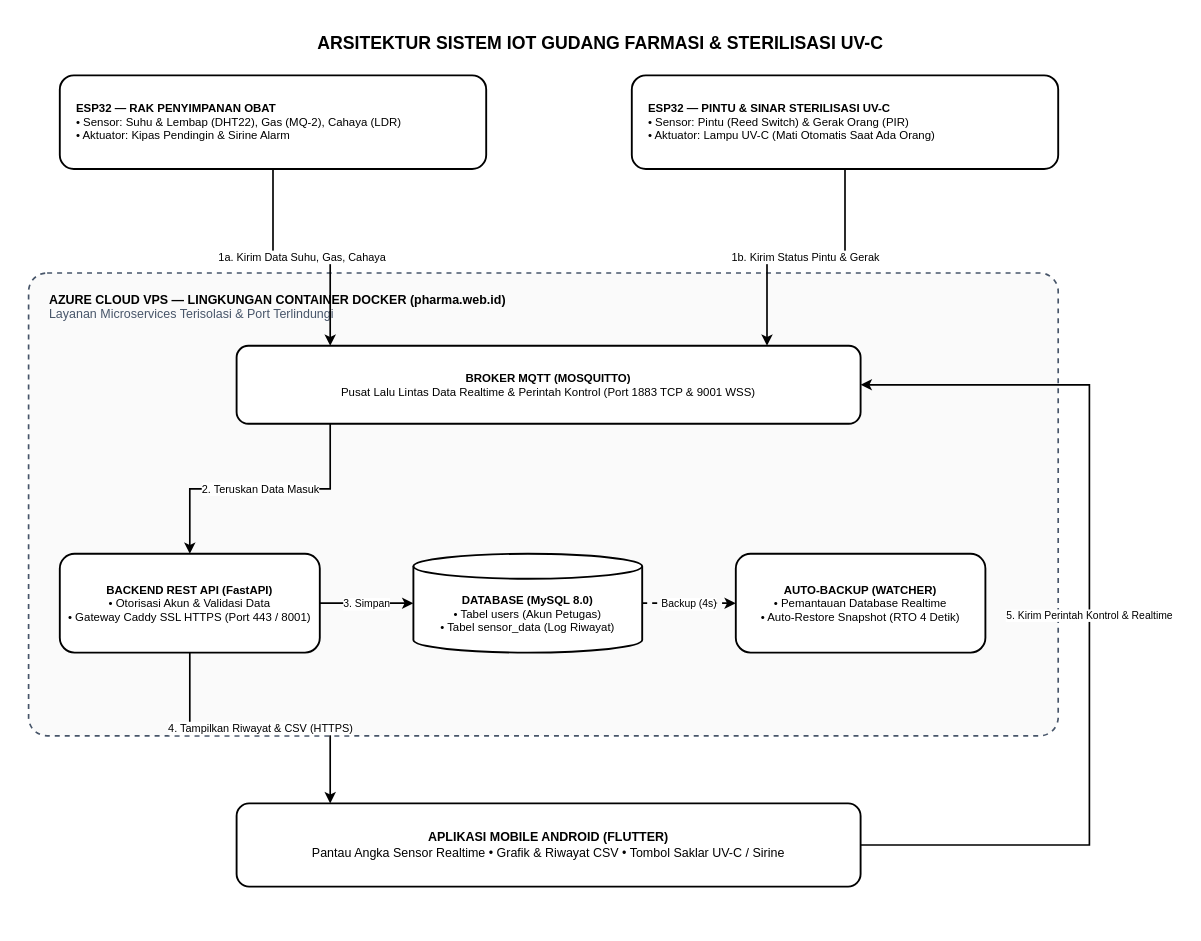
Earlier version of the draw.io diagram docs/System Design & Flowchart/System Design.drawio (Rextt1122/Pharma). Source tidied: cells renumbered, new cells numbered last; positions are measured from the earlier drawing's top-left corner, leaving out a move shared by most shapes. Both pictures are drawn from the tidied source at 104%, with x=0, y=0 at pixel (28, 28).
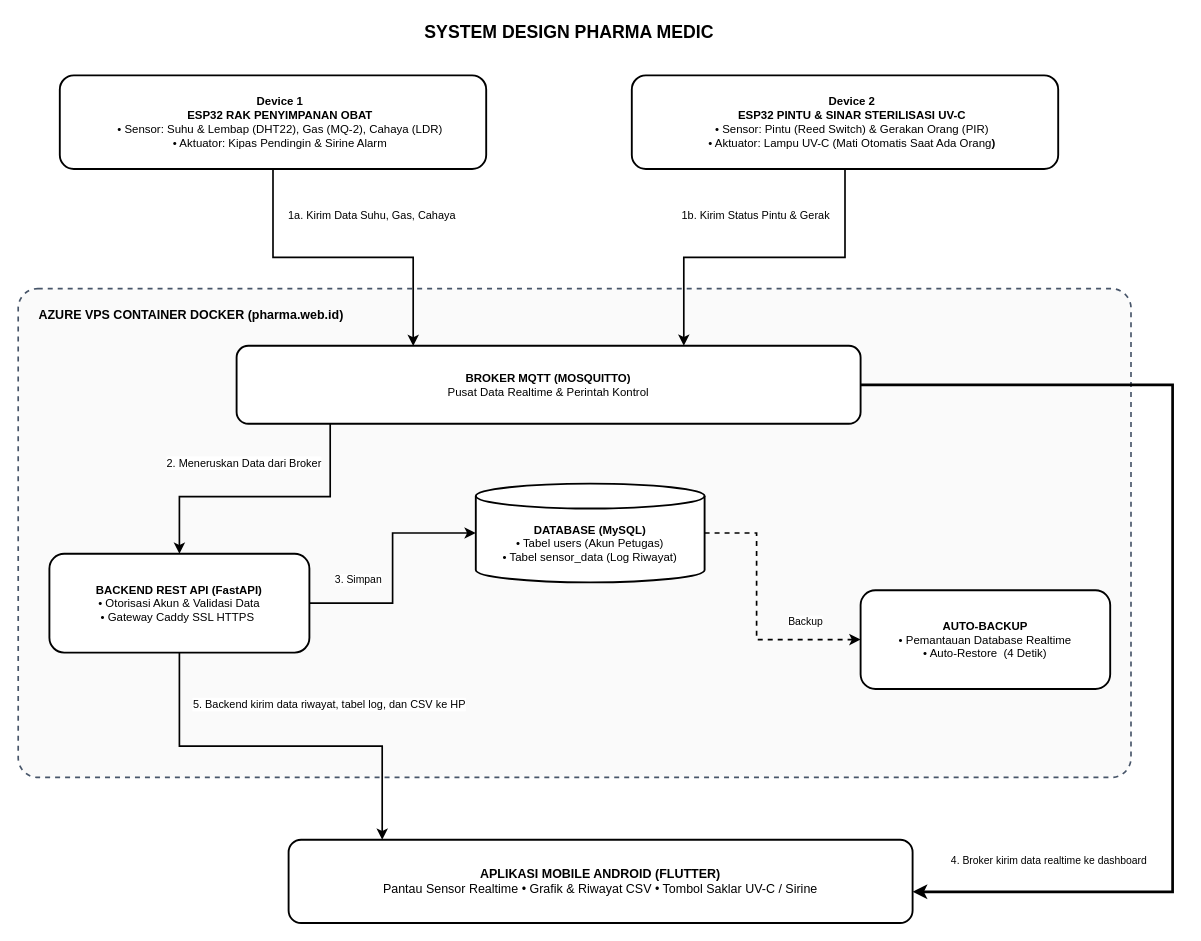
The same diagram, later.

Commit message (it also covers changes not shown here):
feat(flutter): integrate Cahaya (Lux) into history card 4-column metrics and CSV export

What changed in the source:
```diff
@@
-    <mxCell id="2" value="ARSITEKTUR SISTEM IOT GUDANG FARMASI &amp;amp; STERILISASI UV-C" style="text;html=1;align=center;verticalAlign=middle;whiteSpace=wrap;rounded=0;fontSize=17;fontStyle=1;fontColor=#000000;" parent="1" vertex="1">
-      <mxGeometry x="120" width="860" height="30" as="geometry" />
+    <mxCell id="2" value="SYSTEM DESIGN PHARMA MEDIC" style="text;html=1;align=center;verticalAlign=middle;whiteSpace=wrap;rounded=0;fontSize=17;fontStyle=1;fontColor=#000000;" parent="1" vertex="1">
+      <mxGeometry x="90" y="-10" width="860" height="30" as="geometry" />
     </mxCell>
-    <mxCell id="3" value="&lt;b&gt;ESP32 — RAK PENYIMPANAN OBAT&lt;/b&gt;&lt;br&gt;• Sensor: Suhu &amp;amp; Lembap (DHT22), Gas (MQ-2), Cahaya (LDR)&lt;br&gt;• Aktuator: Kipas Pendingin &amp;amp; Sirine Alarm" style="rounded=1;whiteSpace=wrap;html=1;fillColor=#FFFFFF;strokeColor=#000000;strokeWidth=1.8;fontSize=11;fontColor=#000000;align=left;spacingLeft=14;" parent="1" vertex="1">
+    <mxCell id="3" value="&lt;div style=&quot;&quot;&gt;&lt;b&gt;Device 1&lt;/b&gt;&lt;/div&gt;&lt;div style=&quot;&quot;&gt;&lt;span style=&quot;background-color: transparent; color: light-dark(rgb(0, 0, 0), rgb(237, 237, 237));&quot;&gt;&lt;b&gt;ESP32 RAK PENYIMPANAN OBAT&lt;/b&gt;&lt;/span&gt;&lt;/div&gt;• Sensor: Suhu &amp;amp; Lembap (DHT22), Gas (MQ-2), Cahaya (LDR)&lt;br&gt;• Aktuator: Kipas Pendingin &amp;amp; Sirine Alarm" style="rounded=1;whiteSpace=wrap;html=1;fillColor=#FFFFFF;strokeColor=#000000;strokeWidth=1.8;fontSize=11;fontColor=#000000;align=center;spacingLeft=14;" parent="1" vertex="1">
       <mxGeometry x="30" y="45" width="410" height="90" as="geometry" />
     </mxCell>
-    <mxCell id="4" value="&lt;b&gt;ESP32 — PINTU &amp;amp; SINAR STERILISASI UV-C&lt;/b&gt;&lt;br&gt;• Sensor: Pintu (Reed Switch) &amp;amp; Gerak Orang (PIR)&lt;br&gt;• Aktuator: Lampu UV-C (Mati Otomatis Saat Ada Orang)" style="rounded=1;whiteSpace=wrap;html=1;fillColor=#FFFFFF;strokeColor=#000000;strokeWidth=1.8;fontSize=11;fontColor=#000000;align=left;spacingLeft=14;" parent="1" vertex="1">
+    <mxCell id="4" value="&lt;div&gt;&lt;b&gt;Device 2&lt;/b&gt;&lt;/div&gt;&lt;div style=&quot;&quot;&gt;&lt;span style=&quot;background-color: transparent; color: light-dark(rgb(0, 0, 0), rgb(237, 237, 237));&quot;&gt;&lt;b&gt;ESP32 PINTU &amp;amp; SINAR STERILISASI UV-C&lt;/b&gt;&lt;/span&gt;&lt;/div&gt;&lt;div style=&quot;&quot;&gt;&lt;span style=&quot;background-color: transparent; color: light-dark(rgb(0, 0, 0), rgb(237, 237, 237));&quot;&gt;• Sensor: Pintu (Reed Switch) &amp;amp; Gerakan Orang (PIR)&lt;/span&gt;&lt;/div&gt;• Aktuator: Lampu UV-C (Mati Otomatis Saat Ada Orang&lt;b&gt;)&lt;/b&gt;" style="rounded=1;whiteSpace=wrap;html=1;fillColor=#FFFFFF;strokeColor=#000000;strokeWidth=1.8;fontSize=11;fontColor=#000000;align=center;spacingLeft=14;" parent="1" vertex="1">
       <mxGeometry x="580" y="45" width="410" height="90" as="geometry" />
     </mxCell>
-    <mxCell id="5" value="&lt;b&gt;AZURE CLOUD VPS — LINGKUNGAN CONTAINER DOCKER (pharma.web.id)&lt;/b&gt;&lt;br&gt;&lt;font color=&quot;#475569&quot;&gt;Layanan Microservices Terisolasi &amp;amp; Port Terlindungi&lt;/font&gt;" style="rounded=1;whiteSpace=wrap;html=1;fillColor=#FAFAFA;strokeColor=#475569;strokeWidth=1.6;dashed=1;fontSize=12;fontColor=#000000;verticalAlign=top;align=left;spacingLeft=18;spacingTop=12;arcSize=4;" parent="1" vertex="1">
-      <mxGeometry y="235" width="990" height="445" as="geometry" />
+    <mxCell id="5" value="&lt;b&gt;AZURE VPS CONTAINER DOCKER (pharma.web.id)&lt;/b&gt;" style="rounded=1;whiteSpace=wrap;html=1;fillColor=#FAFAFA;strokeColor=#475569;strokeWidth=1.6;dashed=1;fontSize=12;fontColor=#000000;verticalAlign=top;align=left;spacingLeft=18;spacingTop=12;arcSize=4;gradientColor=none;" parent="1" vertex="1">
+      <mxGeometry x="-10" y="250" width="1070" height="470" as="geometry" />
     </mxCell>
-    <mxCell id="6" value="&lt;b&gt;BROKER MQTT (MOSQUITTO)&lt;/b&gt;&lt;br&gt;Pusat Lalu Lintas Data Realtime &amp;amp; Perintah Kontrol (Port 1883 TCP &amp;amp; 9001 WSS)" style="rounded=1;whiteSpace=wrap;html=1;fillColor=#FFFFFF;strokeColor=#000000;strokeWidth=1.8;fontSize=11;fontColor=#000000;" parent="1" vertex="1">
+    <mxCell id="6" value="&lt;b&gt;BROKER MQTT (MOSQUITTO)&lt;/b&gt;&lt;br&gt;Pusat Data Realtime &amp;amp; Perintah Kontrol" style="rounded=1;whiteSpace=wrap;html=1;fillColor=#FFFFFF;strokeColor=#000000;strokeWidth=1.8;fontSize=11;fontColor=#000000;" parent="1" vertex="1">
       <mxGeometry x="200" y="305" width="600" height="75" as="geometry" />
     </mxCell>
-    <mxCell id="7" value="&lt;b&gt;BACKEND REST API (FastAPI)&lt;/b&gt;&lt;br&gt;• Otorisasi Akun &amp;amp; Validasi Data&lt;br&gt;• Gateway Caddy SSL HTTPS (Port 443 / 8001)" style="rounded=1;whiteSpace=wrap;html=1;fillColor=#FFFFFF;strokeColor=#000000;strokeWidth=1.8;fontSize=11;fontColor=#000000;" parent="1" vertex="1">
-      <mxGeometry x="30" y="505" width="250" height="95" as="geometry" />
+    <mxCell id="7" value="&lt;b&gt;BACKEND REST API (FastAPI)&lt;/b&gt;&lt;br&gt;• Otorisasi Akun &amp;amp; Validasi Data&lt;br&gt;• Gateway Caddy SSL HTTPS&amp;nbsp;" style="rounded=1;whiteSpace=wrap;html=1;fillColor=#FFFFFF;strokeColor=#000000;strokeWidth=1.8;fontSize=11;fontColor=#000000;" parent="1" vertex="1">
+      <mxGeometry x="20" y="505" width="250" height="95" as="geometry" />
     </mxCell>
-    <mxCell id="8" value="&lt;b&gt;DATABASE (MySQL 8.0)&lt;/b&gt;&lt;br&gt;• Tabel users (Akun Petugas)&lt;br&gt;• Tabel sensor_data (Log Riwayat)" style="shape=cylinder3;whiteSpace=wrap;html=1;boundedLbl=1;backgroundOutline=1;size=12;fillColor=#FFFFFF;strokeColor=#000000;strokeWidth=1.8;fontSize=11;fontColor=#000000;" parent="1" vertex="1">
-      <mxGeometry x="370" y="505" width="220" height="95" as="geometry" />
+    <mxCell id="8" value="&lt;b&gt;DATABASE (MySQL)&lt;/b&gt;&lt;div&gt;• Tabel users (Akun Petugas)&lt;br&gt;• Tabel sensor_data (Log Riwayat)&lt;/div&gt;" style="shape=cylinder3;whiteSpace=wrap;html=1;boundedLbl=1;backgroundOutline=1;size=12;fillColor=#FFFFFF;strokeColor=#000000;strokeWidth=1.8;fontSize=11;fontColor=#000000;" parent="1" vertex="1">
+      <mxGeometry x="430" y="437.5" width="220" height="95" as="geometry" />
     </mxCell>
-    <mxCell id="9" value="&lt;b&gt;AUTO-BACKUP (WATCHER)&lt;/b&gt;&lt;br&gt;• Pemantauan Database Realtime&lt;br&gt;• Auto-Restore Snapshot (RTO 4 Detik)" style="rounded=1;whiteSpace=wrap;html=1;fillColor=#FFFFFF;strokeColor=#000000;strokeWidth=1.8;fontSize=11;fontColor=#000000;" parent="1" vertex="1">
-      <mxGeometry x="680" y="505" width="240" height="95" as="geometry" />
+    <mxCell id="9" value="&lt;b&gt;AUTO-BACKUP&lt;/b&gt;&lt;br&gt;• Pemantauan Database Realtime&lt;br&gt;• Auto-Restore&amp;nbsp; (4 Detik)" style="rounded=1;whiteSpace=wrap;html=1;fillColor=#FFFFFF;strokeColor=#000000;strokeWidth=1.8;fontSize=11;fontColor=#000000;" parent="1" vertex="1">
+      <mxGeometry x="800" y="540" width="240" height="95" as="geometry" />
     </mxCell>
-    <mxCell id="10" value="&lt;b&gt;APLIKASI MOBILE ANDROID (FLUTTER)&lt;/b&gt;&lt;br&gt;Pantau Angka Sensor Realtime &amp;bull; Grafik &amp;amp; Riwayat CSV &amp;bull; Tombol Saklar UV-C / Sirine" style="rounded=1;whiteSpace=wrap;html=1;fillColor=#FFFFFF;strokeColor=#000000;strokeWidth=1.8;fontSize=12;fontColor=#000000;" parent="1" vertex="1">
-      <mxGeometry x="200" y="745" width="600" height="80" as="geometry" />
+    <mxCell id="10" value="&lt;b&gt;APLIKASI MOBILE ANDROID (FLUTTER)&lt;/b&gt;&lt;br&gt;Pantau Sensor Realtime • Grafik &amp;amp; Riwayat CSV • Tombol Saklar UV-C / Sirine" style="rounded=1;whiteSpace=wrap;html=1;fillColor=#FFFFFF;strokeColor=#000000;strokeWidth=1.8;fontSize=12;fontColor=#000000;" parent="1" vertex="1">
+      <mxGeometry x="250" y="780" width="600" height="80" as="geometry" />
     </mxCell>
-    <mxCell id="11" value="1a. Kirim Data Suhu, Gas, Cahaya" style="edgeStyle=orthogonalEdgeStyle;rounded=0;html=1;strokeColor=#000000;strokeWidth=1.6;startArrow=none;endArrow=classic;fontSize=10.5;fontColor=#000000;labelBackgroundColor=#FFFFFF;exitX=0.5;exitY=1;entryX=0.15;entryY=0;" parent="1" edge="1" source="3" target="6">
-      <mxGeometry relative="1" as="geometry" />
+    <mxCell id="11" value="1a. Kirim Data Suhu, Gas, Cahaya" style="edgeStyle=orthogonalEdgeStyle;rounded=0;html=1;strokeColor=#000000;strokeWidth=1.6;startArrow=none;endArrow=classic;fontSize=10.5;fontColor=#000000;labelBackgroundColor=#FFFFFF;exitX=0.5;exitY=1;entryX=0.283;entryY=0.004;entryDx=0;entryDy=0;entryPerimeter=0;" parent="1" edge="1" source="3" target="6">
+      <mxGeometry x="0.18" y="40" relative="1" as="geometry">
+        <Array as="points">
+          <mxPoint x="235" y="220" />
+          <mxPoint x="369.8" y="220" />
+        </Array>
+      </mxGeometry>
     </mxCell>
-    <mxCell id="12" value="1b. Kirim Status Pintu &amp;amp; Gerak" style="edgeStyle=orthogonalEdgeStyle;rounded=0;html=1;strokeColor=#000000;strokeWidth=1.6;startArrow=none;endArrow=classic;fontSize=10.5;fontColor=#000000;labelBackgroundColor=#FFFFFF;exitX=0.5;exitY=1;entryX=0.85;entryY=0;" parent="1" edge="1" source="4" target="6">
-      <mxGeometry relative="1" as="geometry" />
+    <mxCell id="12" value="1b. Kirim Status Pintu &amp;amp; Gerak" style="edgeStyle=orthogonalEdgeStyle;rounded=0;html=1;strokeColor=#000000;strokeWidth=1.6;startArrow=none;endArrow=classic;fontSize=10.5;fontColor=#000000;labelBackgroundColor=#FFFFFF;exitX=0.5;exitY=1;" parent="1" edge="1" source="4" target="6">
+      <mxGeometry x="0.05" y="-40" relative="1" as="geometry">
+        <Array as="points">
+          <mxPoint x="785" y="220" />
+          <mxPoint x="630" y="220" />
+        </Array>
+      </mxGeometry>
     </mxCell>
-    <mxCell id="13" value="2. Teruskan Data Masuk" style="edgeStyle=orthogonalEdgeStyle;rounded=0;html=1;strokeColor=#000000;strokeWidth=1.6;startArrow=none;endArrow=classic;fontSize=10.5;fontColor=#000000;labelBackgroundColor=#FFFFFF;exitX=0.15;exitY=1;entryX=0.5;entryY=0;" parent="1" edge="1" source="6" target="7">
-      <mxGeometry relative="1" as="geometry" />
+    <mxCell id="13" value="2. Meneruskan Data dari Broker" style="edgeStyle=orthogonalEdgeStyle;rounded=0;html=1;strokeColor=#000000;strokeWidth=1.6;startArrow=none;endArrow=classic;fontSize=10.5;fontColor=#000000;labelBackgroundColor=#FFFFFF;exitX=0.15;exitY=1;entryX=0.5;entryY=0;" parent="1" edge="1" source="6" target="7">
+      <mxGeometry x="0.13" y="-32" relative="1" as="geometry">
+        <Array as="points">
+          <mxPoint x="290" y="450" />
+          <mxPoint x="145" y="450" />
+        </Array>
+      </mxGeometry>
     </mxCell>
     <mxCell id="14" value="3. Simpan" style="edgeStyle=orthogonalEdgeStyle;rounded=0;html=1;strokeColor=#000000;strokeWidth=1.6;startArrow=none;endArrow=classic;fontSize=10;fontColor=#000000;labelBackgroundColor=#FFFFFF;exitX=1;exitY=0.5;entryX=0;entryY=0.5;" parent="1" edge="1" source="7" target="8">
-      <mxGeometry relative="1" as="geometry" />
+      <mxGeometry x="-0.59" y="22" relative="1" as="geometry">
+        <Array as="points">
+          <mxPoint x="350" y="552.5" />
+          <mxPoint x="350" y="485" />
+        </Array>
+        <mxPoint y="-1" as="offset" />
+      </mxGeometry>
     </mxCell>
-    <mxCell id="15" value="Backup (4s)" style="edgeStyle=orthogonalEdgeStyle;rounded=0;html=1;strokeColor=#000000;strokeWidth=1.6;dashed=1;startArrow=none;endArrow=classic;fontSize=10;fontColor=#000000;labelBackgroundColor=#FFFFFF;exitX=1;exitY=0.5;entryX=0;entryY=0.5;" parent="1" edge="1" source="8" target="9">
-      <mxGeometry relative="1" as="geometry" />
+    <mxCell id="15" value="Backup" style="edgeStyle=orthogonalEdgeStyle;rounded=0;html=1;strokeColor=#000000;strokeWidth=1.6;dashed=1;startArrow=none;endArrow=classic;fontSize=10;fontColor=#000000;labelBackgroundColor=#FFFFFF;exitX=1;exitY=0.5;entryX=0;entryY=0.5;" parent="1" edge="1" source="8" target="9">
+      <mxGeometry x="0.58" y="18" relative="1" as="geometry">
+        <Array as="points">
+          <mxPoint x="700" y="485" />
+          <mxPoint x="700" y="587.5" />
+        </Array>
+      </mxGeometry>
     </mxCell>
-    <mxCell id="16" value="4. Tampilkan Riwayat &amp;amp; CSV (HTTPS)" style="edgeStyle=orthogonalEdgeStyle;rounded=0;html=1;strokeColor=#000000;strokeWidth=1.6;startArrow=none;endArrow=classic;fontSize=10.5;fontColor=#000000;labelBackgroundColor=#FFFFFF;exitX=0.5;exitY=1;entryX=0.15;entryY=0;" parent="1" edge="1" source="7" target="10">
-      <mxGeometry relative="1" as="geometry" />
+    <mxCell id="16" value="&lt;div style=&quot;font-family: sans-serif;&quot;&gt;5. Backend kirim data riwayat, tabel log, dan CSV ke HP&lt;/div&gt;" style="edgeStyle=orthogonalEdgeStyle;rounded=0;html=1;strokeColor=#000000;strokeWidth=1.6;startArrow=none;endArrow=classic;fontSize=10.5;fontColor=#000000;labelBackgroundColor=#FFFFFF;exitX=0.5;exitY=1;entryX=0.15;entryY=0;" parent="1" edge="1" source="7" target="10">
+      <mxGeometry x="0.25" y="40" relative="1" as="geometry" />
     </mxCell>
-    <mxCell id="17" value="5. Kirim Perintah Kontrol &amp;amp; Realtime" style="edgeStyle=orthogonalEdgeStyle;rounded=0;html=1;strokeColor=#000000;strokeWidth=1.6;startArrow=none;endArrow=classic;fontSize=10;fontColor=#000000;labelBackgroundColor=#FFFFFF;exitX=1;exitY=0.5;entryX=1;entryY=0.5;" parent="1" edge="1" source="10" target="6">
-      <mxGeometry relative="1" as="geometry">
+    <mxCell id="17" value="&lt;div style=&quot;font-family: sans-serif;&quot;&gt;4. Broker kirim data realtime ke dashboard&lt;/div&gt;" style="edgeStyle=orthogonalEdgeStyle;rounded=0;html=1;strokeColor=#000000;strokeWidth=2.6;startArrow=none;endArrow=classic;fontSize=10;fontColor=#000000;labelBackgroundColor=#FFFFFF;entryX=1;entryY=0.625;entryDx=0;entryDy=0;entryPerimeter=0;exitX=1;exitY=0.5;exitDx=0;exitDy=0;" parent="1" edge="1" source="6" target="10">
+      <mxGeometry x="0.75" y="-30" relative="1" as="geometry">
         <Array as="points">
-          <mxPoint x="1020" y="785" />
-          <mxPoint x="1020" y="342" />
+          <mxPoint x="1100" y="342.5" />
+          <mxPoint x="1100" y="830" />
         </Array>
+        <mxPoint x="1" as="offset" />
       </mxGeometry>
     </mxCell>
```
